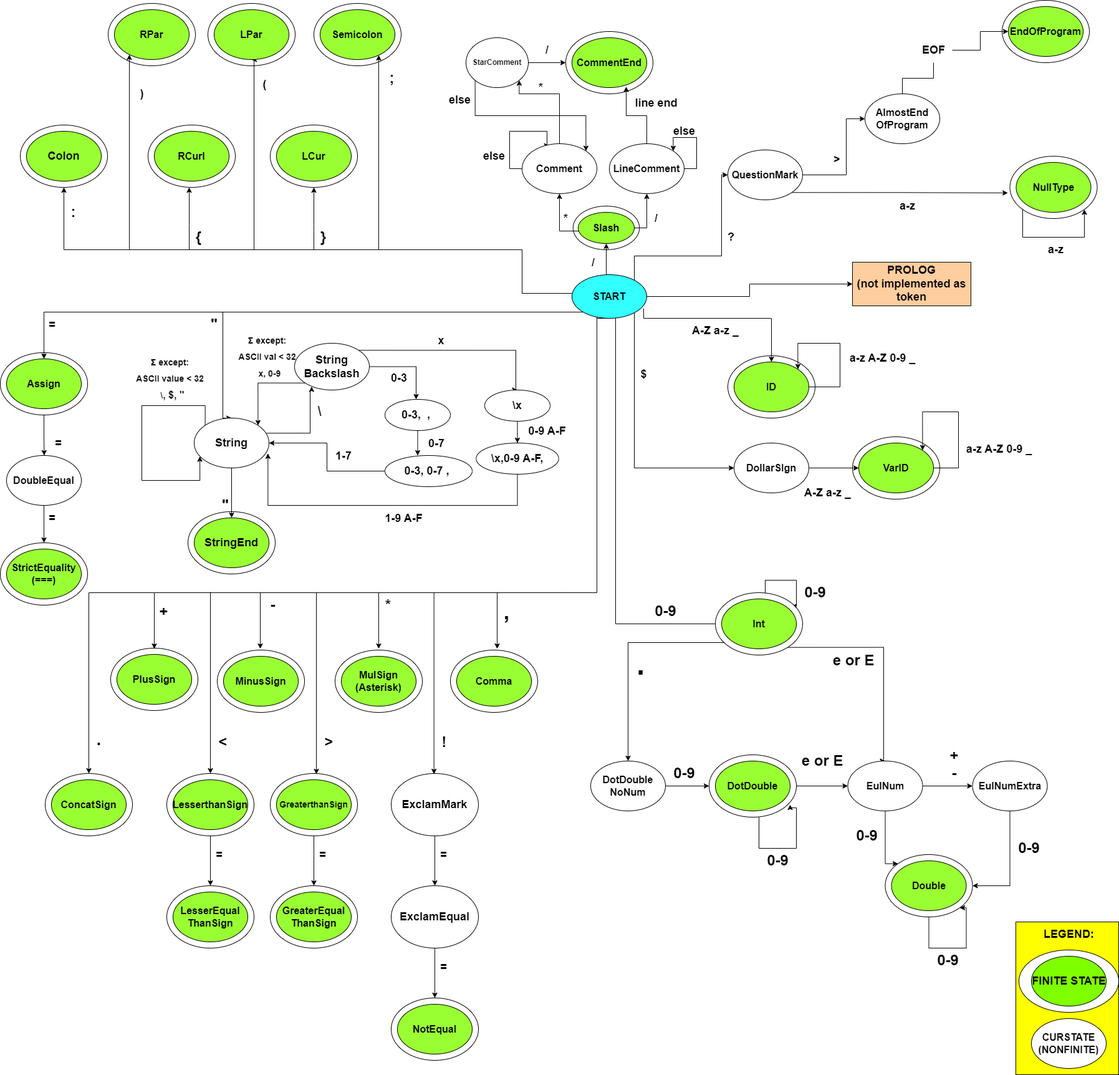
Above: doc/src/deterministicStateMachine_finall.png in tobolikd/IFJproject (draw.io), before the change. Source tidied: cells renumbered, new cells last; positions are measured from the earlier drawing's top-left corner, leaving out a move shared by most shapes.
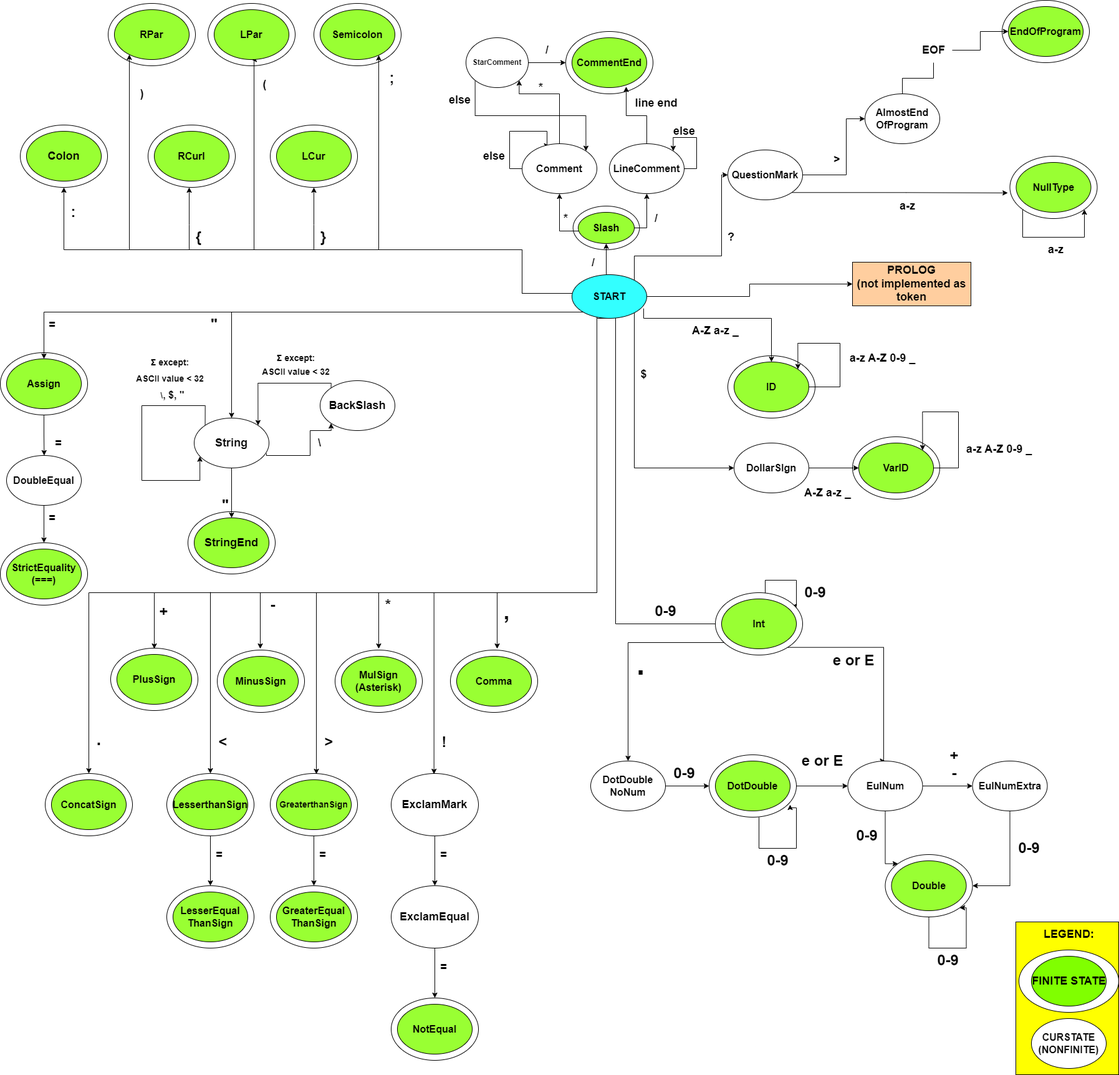
After the change.

Change to the diagram source:
```diff
@@ -112,8 +112,7 @@
     <mxCell id="22" style="edgeStyle=orthogonalEdgeStyle;rounded=0;jettySize=auto;html=1;fontSize=24;entryX=0.5;entryY=0;entryDx=0;entryDy=0;fontStyle=1;" parent="1" edge="1" source="27" target="69">
       <mxGeometry relative="1" as="geometry">
         <Array as="points">
-          <mxPoint x="357" y="500" />
-          <mxPoint x="357" y="670" />
+          <mxPoint x="371" y="500" />
         </Array>
       </mxGeometry>
     </mxCell>
@@ -299,12 +298,13 @@
     <mxCell id="66" style="edgeStyle=orthogonalEdgeStyle;rounded=0;jettySize=auto;html=1;fontSize=18;fontStyle=1;" parent="1" edge="1" source="69" target="70">
       <mxGeometry relative="1" as="geometry" />
     </mxCell>
-    <mxCell id="67" style="edgeStyle=orthogonalEdgeStyle;rounded=0;jettySize=auto;html=1;exitX=0.968;exitY=0.303;exitDx=0;exitDy=0;exitPerimeter=0;entryX=0.228;entryY=0.926;entryDx=0;entryDy=0;entryPerimeter=0;fontStyle=1;" parent="1" edge="1" source="69" target="189">
+    <mxCell id="67" style="edgeStyle=orthogonalEdgeStyle;rounded=0;jettySize=auto;html=1;exitX=0.966;exitY=0.71;exitDx=0;exitDy=0;exitPerimeter=0;entryX=0;entryY=1;entryDx=0;entryDy=0;fontStyle=1;" parent="1" edge="1" source="69" target="210">
       <mxGeometry relative="1" as="geometry">
         <Array as="points">
-          <mxPoint x="497" y="694" />
-          <mxPoint x="497" y="626" />
-          <mxPoint x="499" y="626" />
+          <mxPoint x="427" y="730" />
+          <mxPoint x="497" y="730" />
+          <mxPoint x="497" y="690" />
+          <mxPoint x="531" y="690" />
         </Array>
       </mxGeometry>
     </mxCell>
@@ -763,92 +763,17 @@
     <mxCell id="184" value="&lt;span&gt;a-z&lt;/span&gt;" style="text;html=1;align=center;verticalAlign=middle;strokeColor=none;fillColor=none;fontSize=18;fontStyle=1;" parent="1" vertex="1">
       <mxGeometry x="1668" y="380" width="50" height="40" as="geometry" />
     </mxCell>
-    <mxCell id="185" value="&lt;span&gt;\&lt;/span&gt;" style="text;html=1;align=center;verticalAlign=middle;strokeColor=none;fillColor=none;fontSize=22;fontStyle=1;" parent="1" vertex="1">
-      <mxGeometry x="497" y="640" width="30" height="40" as="geometry" />
-    </mxCell>
-    <mxCell id="186" style="edgeStyle=orthogonalEdgeStyle;rounded=0;jettySize=auto;html=1;exitX=0;exitY=1;exitDx=0;exitDy=0;entryX=1;entryY=0;entryDx=0;entryDy=0;fontSize=22;fontStyle=1;" parent="1" edge="1" source="189" target="69">
+    <mxCell id="186" style="edgeStyle=orthogonalEdgeStyle;rounded=0;jettySize=auto;html=1;exitX=0;exitY=0;exitDx=0;exitDy=0;entryX=1;entryY=0;entryDx=0;entryDy=0;fontSize=22;fontStyle=1;" parent="1" edge="1" source="210" target="69">
       <mxGeometry relative="1" as="geometry">
         <Array as="points">
+          <mxPoint x="531" y="614" />
           <mxPoint x="413" y="614" />
         </Array>
       </mxGeometry>
     </mxCell>
-    <mxCell id="187" style="edgeStyle=orthogonalEdgeStyle;rounded=0;jettySize=auto;html=1;fontSize=22;fontStyle=1;" parent="1" edge="1" source="189">
-      <mxGeometry relative="1" as="geometry">
-        <mxPoint x="667" y="640" as="targetPoint" />
-      </mxGeometry>
-    </mxCell>
-    <mxCell id="188" style="edgeStyle=orthogonalEdgeStyle;rounded=0;jettySize=auto;html=1;exitX=1;exitY=0;exitDx=0;exitDy=0;fontSize=18;entryX=0.5;entryY=0;entryDx=0;entryDy=0;fontStyle=1;" parent="1" edge="1" source="189" target="198">
-      <mxGeometry relative="1" as="geometry">
-        <Array as="points">
-          <mxPoint x="827" y="561" />
-          <mxPoint x="827" y="625" />
-        </Array>
-      </mxGeometry>
-    </mxCell>
-    <mxCell id="189" value="&lt;span style=&quot;&quot;&gt;&lt;font style=&quot;font-size: 18px;&quot;&gt;String&lt;br&gt;Backslash&lt;/font&gt;&lt;/span&gt;" style="ellipse;whiteSpace=wrap;html=1;fontStyle=1;" parent="1" vertex="1">
-      <mxGeometry x="472" y="550" width="120" height="75" as="geometry" />
-    </mxCell>
-    <mxCell id="190" style="edgeStyle=orthogonalEdgeStyle;rounded=0;jettySize=auto;html=1;fontSize=18;fontStyle=1;" parent="1" edge="1" source="191">
-      <mxGeometry relative="1" as="geometry">
-        <mxPoint x="669.5" y="730" as="targetPoint" />
-      </mxGeometry>
-    </mxCell>
-    <mxCell id="191" value="&lt;span style=&quot;font-size: 18px;&quot;&gt;&lt;span&gt;0-3,&amp;nbsp; ,&amp;nbsp;&lt;/span&gt;&lt;/span&gt;" style="ellipse;whiteSpace=wrap;html=1;fontStyle=1;" parent="1" vertex="1">
-      <mxGeometry x="617" y="640" width="105" height="50" as="geometry" />
-    </mxCell>
-    <mxCell id="192" value="&lt;font style=&quot;font-size: 18px;&quot;&gt;&amp;nbsp;&lt;span&gt;0-3&lt;/span&gt;&lt;/font&gt;" style="text;html=1;align=center;verticalAlign=middle;strokeColor=none;fillColor=none;fontSize=22;fontStyle=1;" parent="1" vertex="1">
-      <mxGeometry x="612" y="585" width="50" height="40" as="geometry" />
-    </mxCell>
-    <mxCell id="193" style="edgeStyle=orthogonalEdgeStyle;rounded=0;jettySize=auto;html=1;fontSize=18;fontStyle=1;entryX=1;entryY=0.5;entryDx=0;entryDy=0;" parent="1" edge="1" source="194" target="69">
-      <mxGeometry relative="1" as="geometry">
-        <Array as="points">
-          <mxPoint x="524" y="755" />
-          <mxPoint x="524" y="710" />
-        </Array>
-      </mxGeometry>
-    </mxCell>
-    <mxCell id="194" value="&lt;span style=&quot;font-size: 18px;&quot;&gt;&lt;span&gt;0-3, 0-7 ,&amp;nbsp;&lt;/span&gt;&lt;/span&gt;" style="ellipse;whiteSpace=wrap;html=1;fontStyle=1;" parent="1" vertex="1">
-      <mxGeometry x="617" y="730" width="140" height="50" as="geometry" />
-    </mxCell>
-    <mxCell id="195" value="&lt;font style=&quot;font-size: 18px;&quot;&gt;&amp;nbsp;&lt;span&gt;0-7&lt;/span&gt;&lt;/font&gt;" style="text;html=1;align=center;verticalAlign=middle;strokeColor=none;fillColor=none;fontSize=22;fontStyle=1;" parent="1" vertex="1">
-      <mxGeometry x="672" y="690" width="50" height="40" as="geometry" />
-    </mxCell>
-    <mxCell id="196" value="&lt;font style=&quot;font-size: 18px;&quot;&gt;&amp;nbsp;&lt;span&gt;1-7&lt;/span&gt;&lt;/font&gt;" style="text;html=1;align=center;verticalAlign=middle;strokeColor=none;fillColor=none;fontSize=22;fontStyle=1;" parent="1" vertex="1">
-      <mxGeometry x="523" y="710" width="50" height="40" as="geometry" />
-    </mxCell>
-    <mxCell id="197" style="edgeStyle=orthogonalEdgeStyle;rounded=0;jettySize=auto;html=1;fontSize=18;" parent="1" edge="1" source="198" target="201">
-      <mxGeometry relative="1" as="geometry" />
-    </mxCell>
-    <mxCell id="198" value="&lt;span style=&quot;font-size: 18px;&quot;&gt;&lt;span&gt;\x&lt;/span&gt;&lt;/span&gt;" style="ellipse;whiteSpace=wrap;html=1;fontStyle=1;" parent="1" vertex="1">
-      <mxGeometry x="777" y="625" width="105" height="50" as="geometry" />
-    </mxCell>
-    <mxCell id="199" value="&lt;span style=&quot;font-size: 18px;&quot;&gt;x&lt;/span&gt;" style="text;html=1;align=center;verticalAlign=middle;strokeColor=none;fillColor=none;fontSize=22;fontStyle=1;" parent="1" vertex="1">
-      <mxGeometry x="692" y="525" width="30" height="40" as="geometry" />
-    </mxCell>
-    <mxCell id="200" style="edgeStyle=orthogonalEdgeStyle;rounded=0;jettySize=auto;html=1;fontSize=18;entryX=0.986;entryY=0.709;entryDx=0;entryDy=0;entryPerimeter=0;" parent="1" edge="1" source="201" target="69">
-      <mxGeometry relative="1" as="geometry">
-        <Array as="points">
-          <mxPoint x="830" y="810" />
-          <mxPoint x="429" y="810" />
-        </Array>
-      </mxGeometry>
-    </mxCell>
-    <mxCell id="201" value="&lt;span style=&quot;font-size: 18px;&quot;&gt;&lt;span&gt;\x,0-9 A-F,&lt;/span&gt;&lt;/span&gt;" style="ellipse;whiteSpace=wrap;html=1;fontStyle=1;" parent="1" vertex="1">
-      <mxGeometry x="763.2" y="710" width="132.5" height="50" as="geometry" />
-    </mxCell>
-    <mxCell id="202" value="&lt;span style=&quot;font-size: 18px;&quot;&gt;1-9 A-F&lt;/span&gt;" style="text;html=1;align=center;verticalAlign=middle;strokeColor=none;fillColor=none;fontSize=22;fontStyle=1;" parent="1" vertex="1">
-      <mxGeometry x="607" y="810" width="80" height="40" as="geometry" />
-    </mxCell>
     <mxCell id="203" value="&lt;span style=&quot;text-align: start;&quot;&gt;&lt;font style=&quot;font-size: 14px;&quot;&gt;Σ except:&lt;br&gt;ASCII value &amp;lt; 32&lt;br&gt;&amp;nbsp; &lt;font style=&quot;&quot;&gt;\&lt;/font&gt;&lt;/font&gt;&lt;/span&gt;&lt;span style=&quot;text-align: start;&quot;&gt;&lt;font size=&quot;3&quot;&gt;, $, &quot;&lt;/font&gt;&lt;br&gt;&lt;/span&gt;" style="text;html=1;align=center;verticalAlign=middle;strokeColor=none;fillColor=none;fontSize=22;fontStyle=1;" parent="1" vertex="1">
       <mxGeometry x="207" y="560" width="130" height="90" as="geometry" />
     </mxCell>
-    <mxCell id="204" value="&lt;span style=&quot;text-align: start;&quot;&gt;&lt;font style=&quot;font-size: 14px;&quot;&gt;Σ except:&lt;br&gt;ASCII val &amp;lt; 32&lt;br&gt;&amp;nbsp; &lt;font style=&quot;&quot;&gt;x, 0-9&lt;/font&gt;&lt;/font&gt;&lt;/span&gt;&lt;span style=&quot;font-size: 18px; text-align: start;&quot;&gt;&lt;br&gt;&lt;/span&gt;" style="text;html=1;align=center;verticalAlign=middle;strokeColor=none;fillColor=none;fontSize=22;fontStyle=1;" parent="1" vertex="1">
-      <mxGeometry x="368" y="525" width="120" height="90" as="geometry" />
-    </mxCell>
-    <mxCell id="205" value="&lt;span style=&quot;font-size: 18px;&quot;&gt;0-9 A-F&lt;/span&gt;" style="text;html=1;align=center;verticalAlign=middle;strokeColor=none;fillColor=none;fontSize=22;fontStyle=1;" parent="1" vertex="1">
-      <mxGeometry x="837" y="670" width="80" height="40" as="geometry" />
-    </mxCell>
     <mxCell id="206" style="ellipse;whiteSpace=wrap;html=1;fontSize=18;fontStyle=1;" parent="1" vertex="1">
       <mxGeometry x="72" y="1240" width="140" height="100" as="geometry" />
     </mxCell>
@@ -866,5 +791,14 @@
         </Array>
       </mxGeometry>
     </mxCell>
+    <mxCell id="210" value="&lt;span style=&quot;font-size: 18px;&quot;&gt;BackSlash&lt;/span&gt;" style="ellipse;whiteSpace=wrap;html=1;fontStyle=1;" parent="1" vertex="1">
+      <mxGeometry x="513" y="610" width="120" height="80" as="geometry" />
+    </mxCell>
+    <mxCell id="185" value="&lt;b&gt;&lt;font style=&quot;font-size: 18px;&quot;&gt;\&lt;/font&gt;&lt;/b&gt;" style="text;html=1;align=center;verticalAlign=middle;strokeColor=none;fillColor=none;" parent="1" vertex="1">
+      <mxGeometry x="497" y="690" width="30" height="40" as="geometry" />
+    </mxCell>
+    <mxCell id="211" value="&lt;span style=&quot;font-size: 14px; font-weight: 700; text-align: start;&quot;&gt;Σ except:&lt;/span&gt;&lt;br style=&quot;font-size: 14px; font-weight: 700; text-align: start;&quot;&gt;&lt;span style=&quot;font-size: 14px; font-weight: 700; text-align: start;&quot;&gt;ASCII value &amp;lt; 32&lt;/span&gt;" style="text;html=1;align=center;verticalAlign=middle;strokeColor=none;fillColor=none;fontSize=18;" parent="1" vertex="1">
+      <mxGeometry x="409" y="554" width="130" height="60" as="geometry" />
+    </mxCell>
   </root>
 </mxGraphModel>
```
